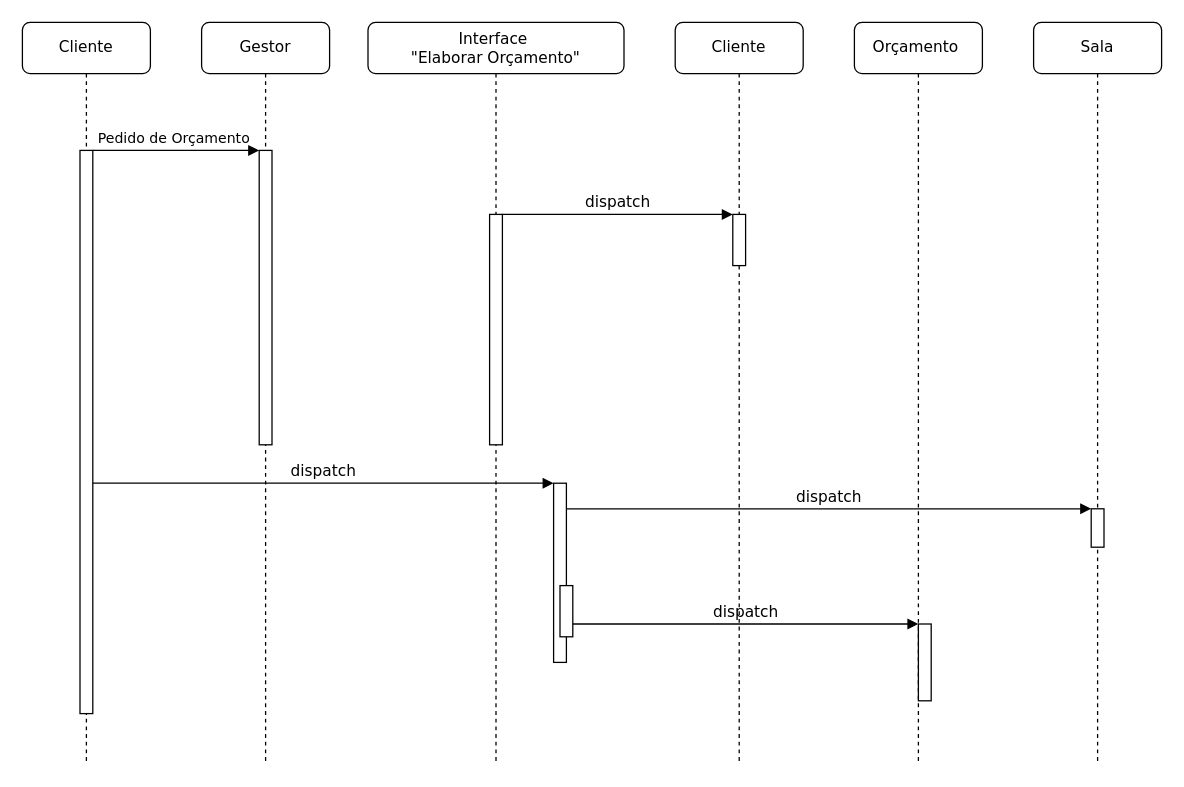
ic3K1ng/Rooms-Equipments keeps this draw.io diagram as Diagrama de Sequência "Elaborar Orçamento".drawio. Above is the earlier version. Source tidied: cells renumbered, new cells numbered last; positions are measured from the earlier drawing's top-left corner, leaving out a move shared by most shapes. Both pictures are drawn from the tidied source at 128%, with x=0, y=0 at pixel (22, 22).
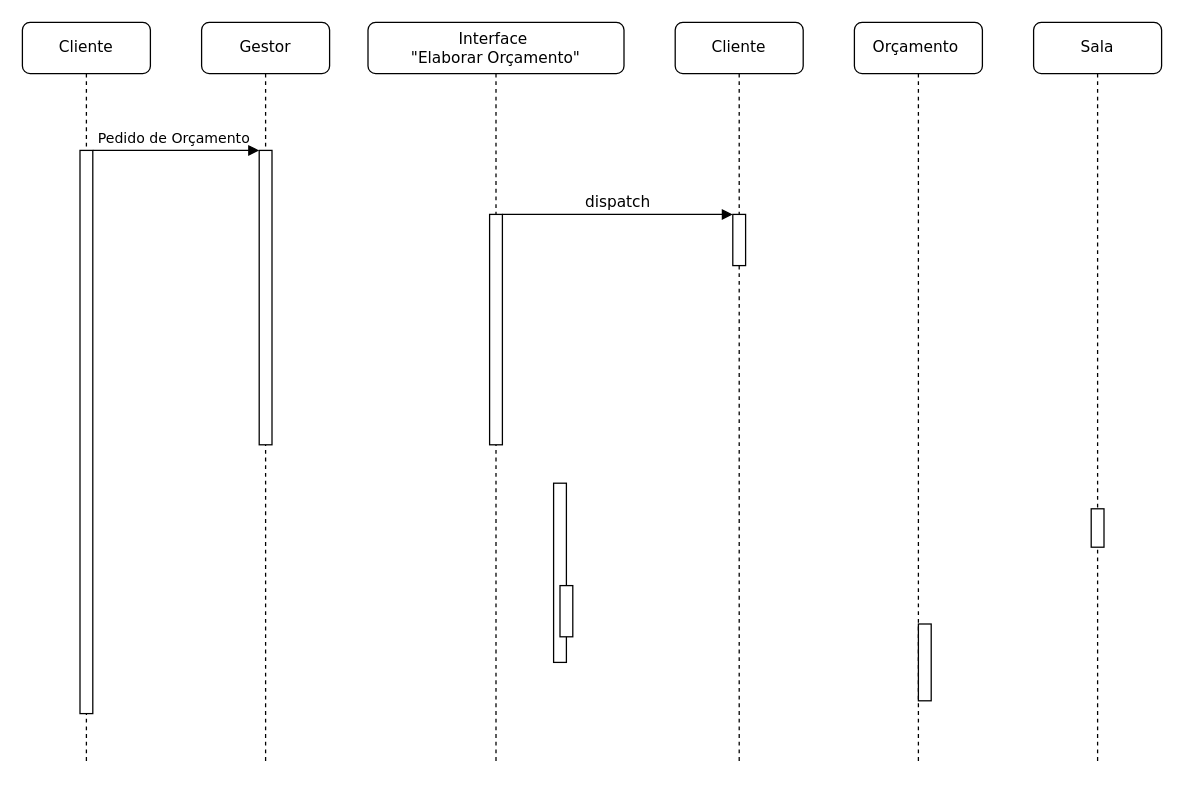
The same diagram, later.

The change refers to these unchanged cells:
```xml
<mxCell id="10" style="html=1;points=[];perimeter=orthogonalPerimeter;rounded=0;shadow=0;comic=0;labelBackgroundColor=none;strokeWidth=1;fontFamily=Verdana;fontSize=12;align=center;" parent="9" vertex="1">
  <mxGeometry x="45" y="100" width="10" height="440" as="geometry" />
</mxCell>
<mxCell id="13" style="html=1;points=[];perimeter=orthogonalPerimeter;rounded=0;shadow=0;comic=0;labelBackgroundColor=none;strokeWidth=1;fontFamily=Verdana;fontSize=12;align=center;" parent="1" vertex="1">
  <mxGeometry x="415" y="360" width="10" height="140" as="geometry" />
</mxCell>
<mxCell id="15" style="html=1;points=[];perimeter=orthogonalPerimeter;rounded=0;shadow=0;comic=0;labelBackgroundColor=none;strokeColor=#000000;strokeWidth=1;fillColor=#FFFFFF;fontFamily=Verdana;fontSize=12;fontColor=#000000;align=center;" parent="1" vertex="1">
  <mxGeometry x="835" y="380" width="10" height="30" as="geometry" />
</mxCell>
<mxCell id="17" style="html=1;points=[];perimeter=orthogonalPerimeter;rounded=0;shadow=0;comic=0;labelBackgroundColor=none;strokeWidth=1;fontFamily=Verdana;fontSize=12;align=center;" parent="1" vertex="1">
  <mxGeometry x="700" y="470" width="10" height="60" as="geometry" />
</mxCell>
<mxCell id="20" style="html=1;points=[];perimeter=orthogonalPerimeter;rounded=0;shadow=0;comic=0;labelBackgroundColor=none;strokeWidth=1;fontFamily=Verdana;fontSize=12;align=center;" parent="1" vertex="1">
  <mxGeometry x="420" y="440" width="10" height="40" as="geometry" />
</mxCell>
```

What changed in the source:
```diff
@@
-    <mxCell id="14" value="dispatch" style="html=1;verticalAlign=bottom;endArrow=block;entryX=0;entryY=0;labelBackgroundColor=none;fontFamily=Verdana;fontSize=12;" parent="1" edge="1" source="10" target="13">
-      <mxGeometry relative="1" as="geometry" />
-    </mxCell>
@@
-    <mxCell id="16" value="dispatch" style="html=1;verticalAlign=bottom;endArrow=block;entryX=0;entryY=0;labelBackgroundColor=none;fontFamily=Verdana;fontSize=12;" parent="1" edge="1" source="13" target="15">
-      <mxGeometry relative="1" as="geometry" />
-    </mxCell>
@@
-    <mxCell id="18" value="dispatch" style="html=1;verticalAlign=bottom;endArrow=block;entryX=0;entryY=0;labelBackgroundColor=none;fontFamily=Verdana;fontSize=12;edgeStyle=elbowEdgeStyle;elbow=vertical;" parent="1" edge="1" source="20" target="17">
-      <mxGeometry relative="1" as="geometry" />
-    </mxCell>
```
